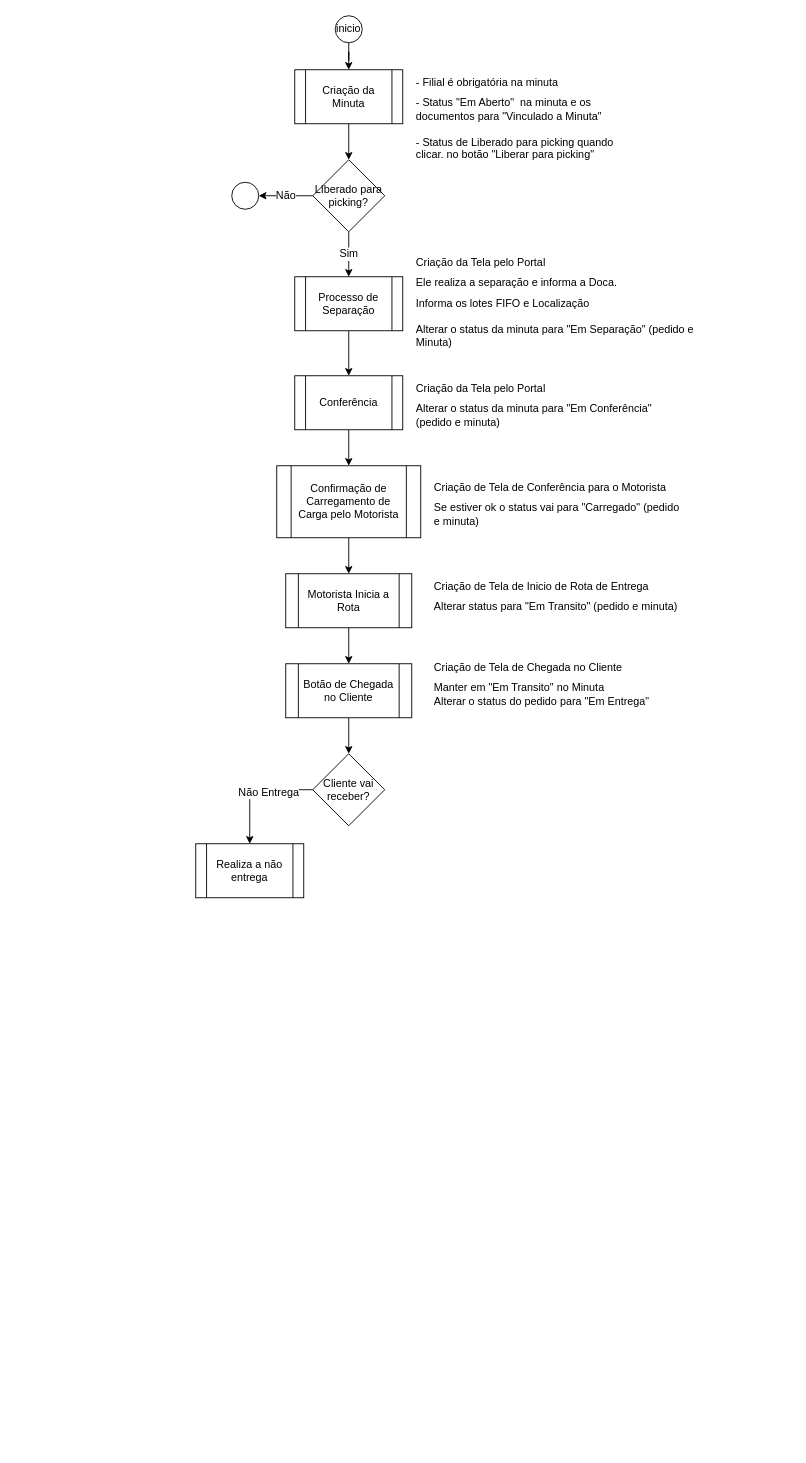
This is Untitled Diagram.drawio from SPS-Group/poc-mux, a draw.io file, before an edit. Source tidied: cells renumbered, new cells numbered last; positions are measured from the earlier drawing's top-left corner, leaving out a move shared by most shapes. Both pictures are drawn from the tidied source at 90%, with x=0, y=0 at pixel (195, 15).
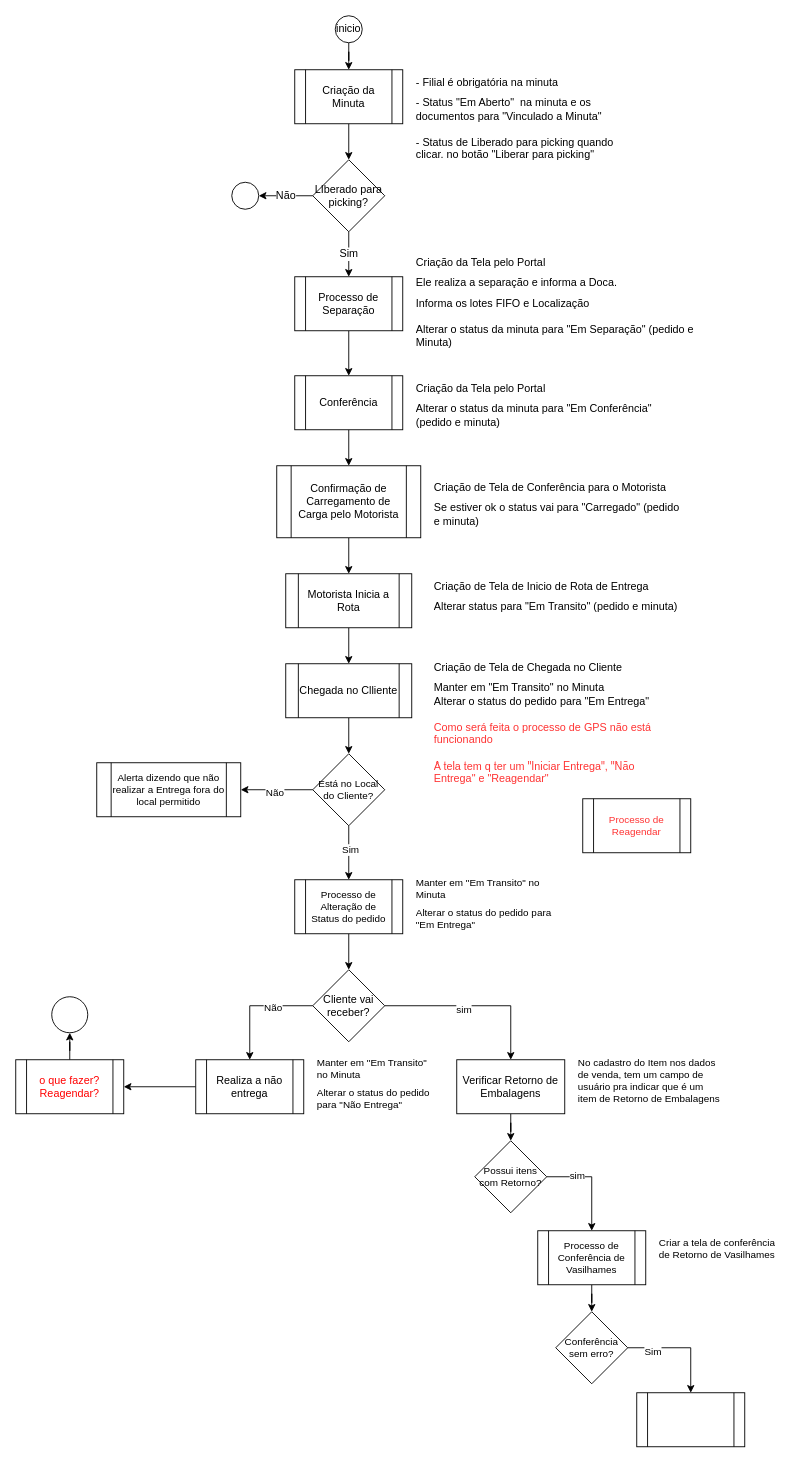
Above is the later version.

The edit, as a diff of the source:
```diff
@@
-    <mxCell id="23" style="edgeStyle=orthogonalEdgeStyle;rounded=0;jettySize=auto;html=1;entryX=0.5;entryY=0;entryDx=0;entryDy=0;fontSize=12;" parent="1" edge="1" source="24" target="28">
-      <mxGeometry relative="1" as="geometry" />
-    </mxCell>
+    <mxCell id="30" style="edgeStyle=orthogonalEdgeStyle;rounded=0;jettySize=auto;html=1;entryX=0.5;entryY=0;entryDx=0;entryDy=0;fontSize=11;fontColor=#000000;" parent="1" edge="1" source="24" target="43">
+      <mxGeometry relative="1" as="geometry" />
+    </mxCell>
-    <mxCell id="24" value="Botão de Chegada no Cliente" style="shape=process;whiteSpace=wrap;html=1;backgroundOutline=1;fontSize=12;" parent="1" vertex="1">
+    <mxCell id="24" value="Chegada no Clliente" style="shape=process;whiteSpace=wrap;html=1;backgroundOutline=1;fontSize=12;" parent="1" vertex="1">
       <mxGeometry x="100" y="720" width="140" height="60" as="geometry" />
     </mxCell>
-    <mxCell id="25" value="&lt;h1 style=&quot;font-size: 12px&quot;&gt;&lt;span style=&quot;font-weight: 400&quot;&gt;Criação de Tela de Chegada no Cliente&lt;/span&gt;&lt;/h1&gt;&lt;div&gt;&lt;span style=&quot;font-weight: 400&quot;&gt;Manter em &quot;Em Transito&quot; no Minuta&amp;nbsp;&lt;/span&gt;&lt;/div&gt;&lt;div&gt;Alterar o status do pedido para &quot;Em Entrega&quot;&lt;/div&gt;" style="text;html=1;strokeColor=none;fillColor=none;spacing=5;spacingTop=-20;whiteSpace=wrap;overflow=hidden;rounded=0;fontSize=12;verticalAlign=top;" parent="1" vertex="1">
-      <mxGeometry x="260" y="720" width="290" height="60" as="geometry" />
+    <mxCell id="25" value="&lt;h1 style=&quot;font-size: 12px&quot;&gt;&lt;span style=&quot;font-weight: 400&quot;&gt;Criação de Tela de Chegada no Cliente&lt;/span&gt;&lt;/h1&gt;&lt;div&gt;&lt;span style=&quot;font-weight: 400&quot;&gt;Manter em &quot;Em Transito&quot; no Minuta&amp;nbsp;&lt;/span&gt;&lt;/div&gt;&lt;div&gt;Alterar o status do pedido para &quot;Em Entrega&quot;&lt;/div&gt;&lt;div&gt;&lt;br&gt;&lt;/div&gt;&lt;div&gt;&lt;font color=&quot;#ff3333&quot;&gt;Como será feita o processo de GPS não está funcionando&lt;/font&gt;&lt;/div&gt;&lt;div&gt;&lt;br&gt;&lt;/div&gt;&lt;div&gt;&lt;font color=&quot;#ff3333&quot;&gt;A tela tem q ter um &quot;Iniciar Entrega&quot;, &quot;Não Entrega&quot; e &quot;Reagendar&quot;&lt;/font&gt;&lt;/div&gt;" style="text;html=1;strokeColor=none;fillColor=none;spacing=5;spacingTop=-20;whiteSpace=wrap;overflow=hidden;rounded=0;fontSize=12;verticalAlign=top;" parent="1" vertex="1">
+      <mxGeometry x="260" y="720" width="280" height="140" as="geometry" />
     </mxCell>
     <mxCell id="26" style="edgeStyle=orthogonalEdgeStyle;rounded=0;jettySize=auto;html=1;entryX=0.5;entryY=0;entryDx=0;entryDy=0;fontSize=12;" parent="1" edge="1" source="28" target="29">
       <mxGeometry relative="1" as="geometry">
         <Array as="points">
-          <mxPoint x="60" y="860" />
+          <mxPoint x="60" y="1100" />
         </Array>
       </mxGeometry>
     </mxCell>
-    <mxCell id="27" value="Não Entrega" style="edgeLabel;html=1;align=center;verticalAlign=middle;fontSize=12;" parent="26" vertex="1">
-      <mxGeometry x="-0.23" y="2" relative="1" as="geometry" />
-    </mxCell>
+    <mxCell id="31" value="&lt;font color=&quot;#000000&quot;&gt;Não&lt;/font&gt;" style="edgeLabel;html=1;align=center;verticalAlign=middle;fontSize=11;fontColor=#FF3333;" parent="26" vertex="1">
+      <mxGeometry x="-0.3" y="1" relative="1" as="geometry">
+        <mxPoint x="1" as="offset" />
+      </mxGeometry>
+    </mxCell>
+    <mxCell id="32" style="edgeStyle=orthogonalEdgeStyle;rounded=0;jettySize=auto;html=1;fontSize=11;fontColor=#000000;" parent="1" edge="1" source="28" target="50">
+      <mxGeometry relative="1" as="geometry" />
+    </mxCell>
+    <mxCell id="33" value="sim" style="edgeLabel;html=1;align=center;verticalAlign=middle;fontSize=11;fontColor=#000000;" parent="32" vertex="1">
+      <mxGeometry x="-0.14" y="-4" relative="1" as="geometry">
+        <mxPoint x="1" as="offset" />
+      </mxGeometry>
+    </mxCell>
     <mxCell id="28" value="Cliente vai receber?" style="rhombus;whiteSpace=wrap;html=1;fontSize=12;" parent="1" vertex="1">
-      <mxGeometry x="130" y="820" width="80" height="80" as="geometry" />
+      <mxGeometry x="130" y="1060" width="80" height="80" as="geometry" />
     </mxCell>
+    <mxCell id="34" style="edgeStyle=orthogonalEdgeStyle;rounded=0;jettySize=auto;html=1;entryX=1;entryY=0.5;entryDx=0;entryDy=0;fontSize=12;fontColor=#FF0000;" parent="1" edge="1" source="29" target="36">
+      <mxGeometry relative="1" as="geometry" />
+    </mxCell>
     <mxCell id="29" value="Realiza a não entrega" style="shape=process;whiteSpace=wrap;html=1;backgroundOutline=1;fontSize=12;" parent="1" vertex="1">
-      <mxGeometry y="920" width="120" height="60" as="geometry" />
+      <mxGeometry y="1160" width="120" height="60" as="geometry" />
     </mxCell>
+    <mxCell id="35" style="edgeStyle=orthogonalEdgeStyle;rounded=0;jettySize=auto;html=1;entryX=0.5;entryY=1;entryDx=0;entryDy=0;fontSize=11;fontColor=#FF0000;" parent="1" edge="1" source="36" target="38">
+      <mxGeometry relative="1" as="geometry" />
+    </mxCell>
+    <mxCell id="36" value="o que fazer?&lt;br&gt;Reagendar?" style="shape=process;whiteSpace=wrap;html=1;backgroundOutline=1;fontSize=12;fontColor=#FF0000;" parent="1" vertex="1">
+      <mxGeometry x="-200" y="1160" width="120" height="60" as="geometry" />
+    </mxCell>
+    <mxCell id="37" value="&lt;h1 style=&quot;font-size: 11px;&quot;&gt;&lt;span style=&quot;font-weight: 400; font-size: 11px;&quot;&gt;Manter em &quot;Em Transito&quot; no Minuta&amp;nbsp;&lt;/span&gt;&lt;br style=&quot;font-size: 11px;&quot;&gt;&lt;/h1&gt;&lt;div style=&quot;font-size: 11px;&quot;&gt;Alterar o status do pedido para &quot;Não Entrega&quot;&lt;/div&gt;" style="text;html=1;strokeColor=none;fillColor=none;spacing=5;spacingTop=-20;whiteSpace=wrap;overflow=hidden;rounded=0;fontSize=11;verticalAlign=top;" parent="1" vertex="1">
+      <mxGeometry x="130" y="1160" width="140" height="70" as="geometry" />
+    </mxCell>
+    <mxCell id="38" style="ellipse;whiteSpace=wrap;html=1;fontSize=11;fontColor=#FF0000;" parent="1" vertex="1">
+      <mxGeometry x="-160" y="1090" width="40" height="40" as="geometry" />
+    </mxCell>
+    <mxCell id="39" style="edgeStyle=orthogonalEdgeStyle;rounded=0;jettySize=auto;html=1;entryX=1;entryY=0.5;entryDx=0;entryDy=0;fontSize=11;fontColor=#000000;" parent="1" edge="1" source="43" target="47">
+      <mxGeometry relative="1" as="geometry" />
+    </mxCell>
+    <mxCell id="40" value="Não" style="edgeLabel;html=1;align=center;verticalAlign=middle;fontSize=11;fontColor=#000000;" parent="39" vertex="1">
+      <mxGeometry x="0.1" y="2" relative="1" as="geometry">
+        <mxPoint x="1" as="offset" />
+      </mxGeometry>
+    </mxCell>
+    <mxCell id="41" style="edgeStyle=orthogonalEdgeStyle;rounded=0;jettySize=auto;html=1;entryX=0.5;entryY=0;entryDx=0;entryDy=0;fontSize=11;fontColor=#000000;" parent="1" edge="1" source="43" target="45">
+      <mxGeometry relative="1" as="geometry" />
+    </mxCell>
+    <mxCell id="42" value="Sim" style="edgeLabel;html=1;align=center;verticalAlign=middle;fontSize=11;fontColor=#000000;" parent="41" vertex="1">
+      <mxGeometry x="-0.15" y="1" relative="1" as="geometry" />
+    </mxCell>
+    <mxCell id="43" value="&lt;font color=&quot;#000000&quot;&gt;Está no Local do Cliente?&lt;/font&gt;" style="rhombus;whiteSpace=wrap;html=1;fontSize=11;fontColor=#FF0000;" parent="1" vertex="1">
+      <mxGeometry x="130" y="820" width="80" height="80" as="geometry" />
+    </mxCell>
+    <mxCell id="44" style="edgeStyle=orthogonalEdgeStyle;rounded=0;jettySize=auto;html=1;entryX=0.5;entryY=0;entryDx=0;entryDy=0;fontSize=11;fontColor=#FF3333;" parent="1" edge="1" source="45" target="28">
+      <mxGeometry relative="1" as="geometry" />
+    </mxCell>
+    <mxCell id="45" value="Processo de Alteração de Status do pedido" style="shape=process;whiteSpace=wrap;html=1;backgroundOutline=1;fontSize=11;fontColor=#000000;" parent="1" vertex="1">
+      <mxGeometry x="110" y="960" width="120" height="60" as="geometry" />
+    </mxCell>
+    <mxCell id="46" value="&lt;h1 style=&quot;font-size: 11px;&quot;&gt;&lt;span style=&quot;font-weight: 400; font-size: 11px;&quot;&gt;Manter em &quot;Em Transito&quot; no Minuta&amp;nbsp;&lt;/span&gt;&lt;br style=&quot;font-size: 11px;&quot;&gt;&lt;/h1&gt;&lt;div style=&quot;font-size: 11px;&quot;&gt;Alterar o status do pedido para &quot;Em Entrega&quot;&lt;/div&gt;" style="text;html=1;strokeColor=none;fillColor=none;spacing=5;spacingTop=-20;whiteSpace=wrap;overflow=hidden;rounded=0;fontSize=11;verticalAlign=top;" parent="1" vertex="1">
+      <mxGeometry x="240" y="960" width="160" height="60" as="geometry" />
+    </mxCell>
+    <mxCell id="47" value="Alerta dizendo que não realizar a Entrega fora do local permitido" style="shape=process;whiteSpace=wrap;html=1;backgroundOutline=1;fontSize=11;fontColor=#000000;" parent="1" vertex="1">
+      <mxGeometry x="-110" y="830" width="160" height="60" as="geometry" />
+    </mxCell>
+    <mxCell id="48" value="Processo de Reagendar" style="shape=process;whiteSpace=wrap;html=1;backgroundOutline=1;fontSize=11;fontColor=#FF3333;" parent="1" vertex="1">
+      <mxGeometry x="430" y="870" width="120" height="60" as="geometry" />
+    </mxCell>
+    <mxCell id="49" style="edgeStyle=orthogonalEdgeStyle;rounded=0;jettySize=auto;html=1;fontSize=11;fontColor=#000000;" parent="1" edge="1" source="50" target="54">
+      <mxGeometry relative="1" as="geometry" />
+    </mxCell>
+    <mxCell id="50" value="Verificar Retorno de Embalagens" style="whiteSpace=wrap;html=1;" parent="1" vertex="1">
+      <mxGeometry x="290" y="1160" width="120" height="60" as="geometry" />
+    </mxCell>
+    <mxCell id="51" value="&lt;h1 style=&quot;font-size: 11px&quot;&gt;&lt;span style=&quot;font-weight: 400&quot;&gt;No cadastro do Item nos dados de venda, tem um campo de usuário pra indicar que é um item de Retorno de Embalagens&lt;/span&gt;&lt;/h1&gt;" style="text;html=1;strokeColor=none;fillColor=none;spacing=5;spacingTop=-20;whiteSpace=wrap;overflow=hidden;rounded=0;fontSize=11;verticalAlign=top;" parent="1" vertex="1">
+      <mxGeometry x="420" y="1160" width="170" height="70" as="geometry" />
+    </mxCell>
+    <mxCell id="52" style="edgeStyle=orthogonalEdgeStyle;rounded=0;jettySize=auto;html=1;fontSize=11;fontColor=#000000;" parent="1" edge="1" source="54" target="56">
+      <mxGeometry relative="1" as="geometry">
+        <Array as="points">
+          <mxPoint x="440" y="1290" />
+        </Array>
+      </mxGeometry>
+    </mxCell>
+    <mxCell id="53" value="sim" style="edgeLabel;html=1;align=center;verticalAlign=middle;fontSize=11;fontColor=#000000;" parent="52" vertex="1">
+      <mxGeometry x="-0.41" y="2" relative="1" as="geometry">
+        <mxPoint x="1" as="offset" />
+      </mxGeometry>
+    </mxCell>
+    <mxCell id="54" value="Possui itens com Retorno?" style="rhombus;whiteSpace=wrap;html=1;fontSize=11;fontColor=#000000;" parent="1" vertex="1">
+      <mxGeometry x="310" y="1250" width="80" height="80" as="geometry" />
+    </mxCell>
+    <mxCell id="55" style="edgeStyle=orthogonalEdgeStyle;rounded=0;jettySize=auto;html=1;entryX=0.5;entryY=0;entryDx=0;entryDy=0;fontSize=11;fontColor=#000000;" parent="1" edge="1" source="56" target="60">
+      <mxGeometry relative="1" as="geometry" />
+    </mxCell>
+    <mxCell id="56" value="Processo de Conferência de Vasilhames" style="shape=process;whiteSpace=wrap;html=1;backgroundOutline=1;fontSize=11;fontColor=#000000;" parent="1" vertex="1">
+      <mxGeometry x="380" y="1350" width="120" height="60" as="geometry" />
+    </mxCell>
+    <mxCell id="57" value="&lt;h1 style=&quot;font-size: 11px&quot;&gt;&lt;span style=&quot;font-weight: 400&quot;&gt;Criar a tela de conferência de Retorno de Vasilhames&lt;/span&gt;&lt;/h1&gt;" style="text;html=1;strokeColor=none;fillColor=none;spacing=5;spacingTop=-20;whiteSpace=wrap;overflow=hidden;rounded=0;fontSize=11;verticalAlign=top;" parent="1" vertex="1">
+      <mxGeometry x="510" y="1360" width="150" height="40" as="geometry" />
+    </mxCell>
+    <mxCell id="58" style="edgeStyle=orthogonalEdgeStyle;rounded=0;jettySize=auto;html=1;entryX=0.5;entryY=0;entryDx=0;entryDy=0;fontSize=11;fontColor=#000000;" parent="1" edge="1" source="60" target="61">
+      <mxGeometry relative="1" as="geometry" />
+    </mxCell>
+    <mxCell id="59" value="Sim" style="edgeLabel;html=1;align=center;verticalAlign=middle;fontSize=11;fontColor=#000000;" parent="58" vertex="1">
+      <mxGeometry x="-0.55" y="-3" relative="1" as="geometry" />
+    </mxCell>
+    <mxCell id="60" value="Conferência sem erro?" style="rhombus;whiteSpace=wrap;html=1;fontSize=11;fontColor=#000000;" parent="1" vertex="1">
+      <mxGeometry x="400" y="1440" width="80" height="80" as="geometry" />
+    </mxCell>
+    <mxCell id="61" style="shape=process;whiteSpace=wrap;html=1;backgroundOutline=1;fontSize=11;fontColor=#000000;" parent="1" vertex="1">
+      <mxGeometry x="490" y="1530" width="120" height="60" as="geometry" />
+    </mxCell>
```
